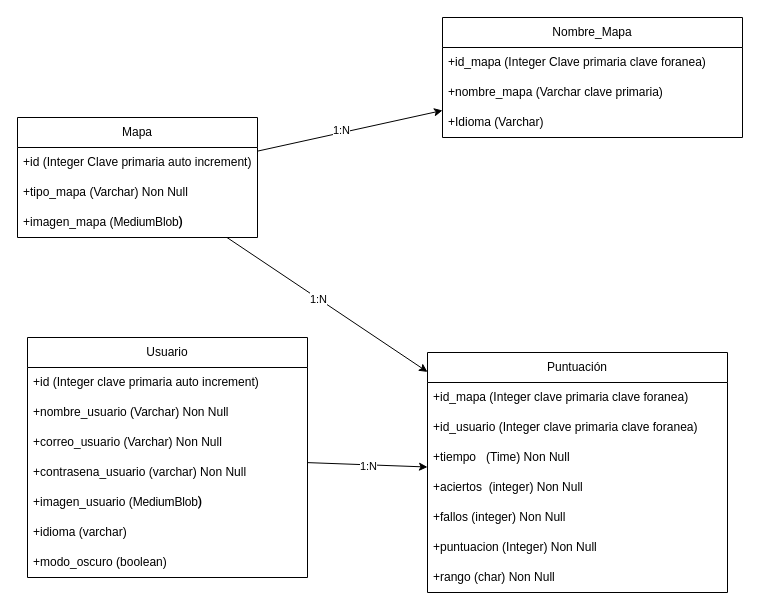
Borja-68/EuromapKids keeps this draw.io diagram as Esquema_Euromap_Kid.drawio. Above is the earlier version. Source tidied: cells renumbered, new cells numbered last; positions are measured from the earlier drawing's top-left corner, leaving out a move shared by most shapes. Both pictures are drawn from the tidied source at 100%, with x=0, y=0 at pixel (17, 17).
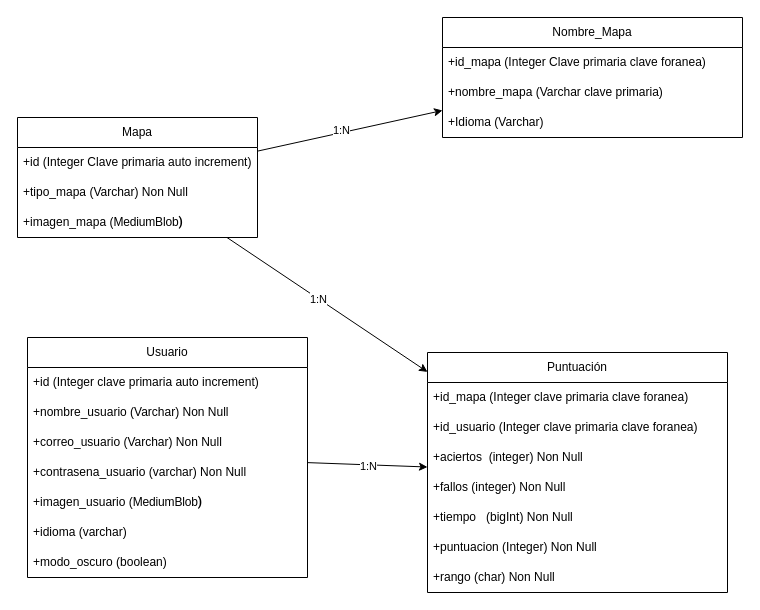
After the change.

Commit message:
esquema actualizado

The change refers to these unchanged cells:
```xml
<mxCell id="12" value="Puntuación" style="swimlane;fontStyle=0;horizontal=1;startSize=30;whiteSpace=wrap;html=1;" parent="1" vertex="1">
  <mxGeometry x="410" y="335" width="300" height="240" as="geometry" />
</mxCell>
```

Change to the diagram source:
```diff
@@
-    <mxCell id="15" value="+tiempo&amp;nbsp; &amp;nbsp;(Time) Non Null&amp;nbsp;" style="text;strokeColor=none;fillColor=none;align=left;verticalAlign=middle;spacingLeft=4;spacingRight=4;overflow=hidden;whiteSpace=wrap;html=1;" parent="12" vertex="1">
-      <mxGeometry y="90" width="300" height="30" as="geometry" />
-    </mxCell>
     <mxCell id="16" value="&lt;div&gt;&lt;font style=&quot;color: rgb(0, 0, 0);&quot;&gt;+aciertos&amp;nbsp; (integer) Non Null&lt;/font&gt;&lt;/div&gt;" style="text;strokeColor=none;fillColor=none;align=left;verticalAlign=middle;spacingLeft=4;spacingRight=4;overflow=hidden;whiteSpace=wrap;html=1;" parent="12" vertex="1">
-      <mxGeometry y="120" width="300" height="30" as="geometry" />
+      <mxGeometry y="90" width="300" height="30" as="geometry" />
     </mxCell>
     <mxCell id="17" value="&lt;div&gt;&lt;font style=&quot;color: rgb(0, 0, 0);&quot;&gt;+fallos (integer) Non Null&lt;/font&gt;&lt;/div&gt;" style="text;strokeColor=none;fillColor=none;align=left;verticalAlign=middle;spacingLeft=4;spacingRight=4;overflow=hidden;whiteSpace=wrap;html=1;" parent="12" vertex="1">
-      <mxGeometry y="150" width="300" height="30" as="geometry" />
+      <mxGeometry y="120" width="300" height="30" as="geometry" />
     </mxCell>
+    <mxCell id="15" value="+tiempo&amp;nbsp; &amp;nbsp;(bigInt) Non Null&amp;nbsp;" style="text;strokeColor=none;fillColor=none;align=left;verticalAlign=middle;spacingLeft=4;spacingRight=4;overflow=hidden;whiteSpace=wrap;html=1;" parent="12" vertex="1">
+      <mxGeometry y="150" width="300" height="30" as="geometry" />
+    </mxCell>
```
